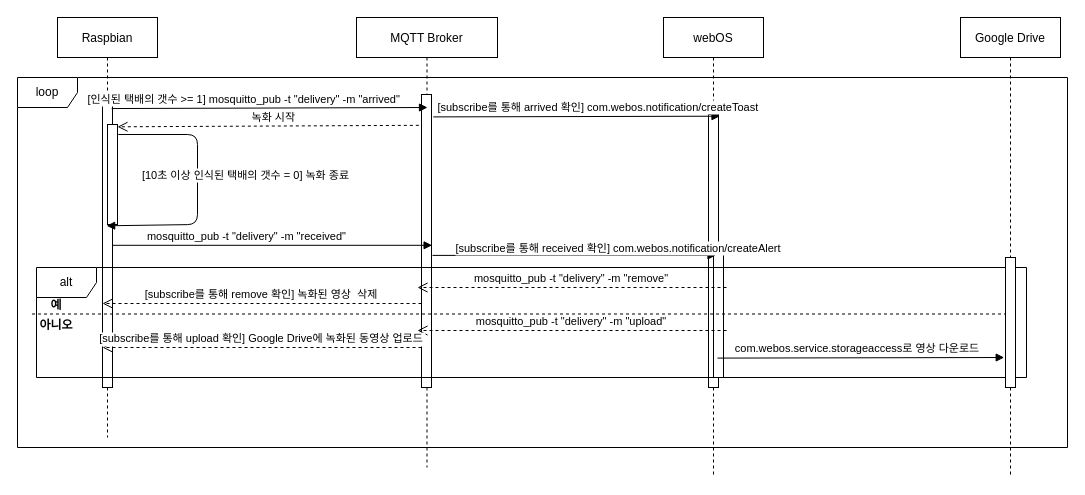
Above: Delivery.drawio in webOS-KOSS/main-Delivery (draw.io), before the change. Source tidied: cells renumbered, new cells numbered last; positions are measured from the earlier drawing's top-left corner, leaving out a move shared by most shapes. Both pictures are drawn from the tidied source at 100%, with x=0, y=0 at pixel (17, 17).
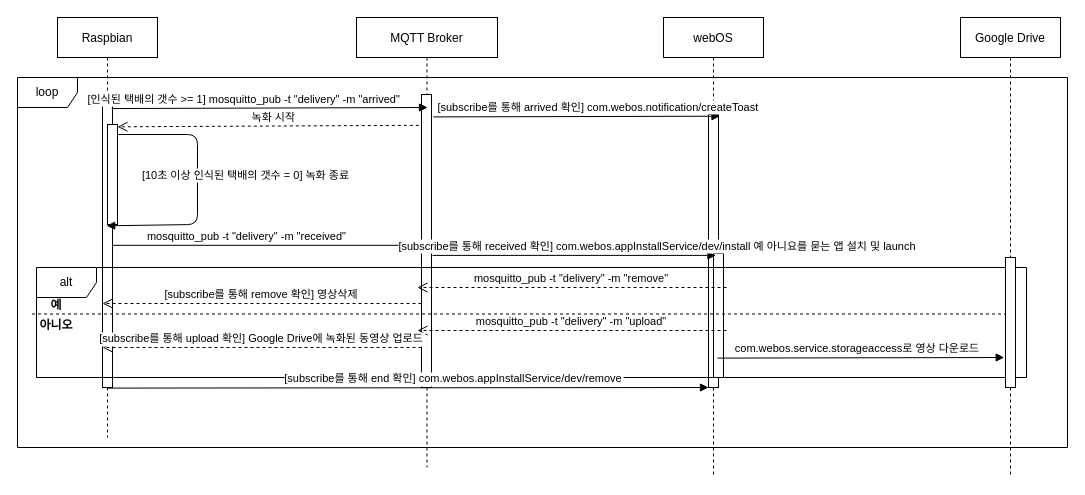
Above is the later version.

The change refers to these unchanged cells:
```xml
<mxCell id="4" style="points=[];perimeter=orthogonalPerimeter;rounded=0;shadow=0;strokeWidth=1;" parent="3" vertex="1">
  <mxGeometry x="45" y="97" width="10" height="273" as="geometry" />
</mxCell>
```

What changed in the source:
```diff
@@
-    <mxCell id="24" value="[subscribe를 통해 received 확인] com.webos.notification/createAlert" style="verticalAlign=bottom;endArrow=block;shadow=0;strokeWidth=1;entryX=0.15;entryY=0.017;entryDx=0;entryDy=0;entryPerimeter=0;" parent="1" edge="1">
-      <mxGeometry x="0.31" y="-2" relative="1" as="geometry">
+    <mxCell id="24" value="[subscribe를 통해 received 확인] com.webos.appInstallService/dev/install 예 아니요를 묻는 앱 설치 및 launch" style="verticalAlign=bottom;endArrow=block;shadow=0;strokeWidth=1;entryX=0.15;entryY=0.017;entryDx=0;entryDy=0;entryPerimeter=0;" parent="1" edge="1">
+      <mxGeometry x="0.59" relative="1" as="geometry">
         <mxPoint x="415" y="237.9" as="sourcePoint" />
         <mxPoint x="698.5" y="237.9" as="targetPoint" />
       </mxGeometry>
     </mxCell>
-    <mxCell id="25" value="[subscribe를 통해 remove 확인] 녹화된 영상  삭제" style="verticalAlign=bottom;endArrow=open;dashed=1;endSize=8;shadow=0;strokeWidth=1;" parent="1" edge="1">
+    <mxCell id="25" value="[subscribe를 통해 remove 확인] 영상삭제" style="verticalAlign=bottom;endArrow=open;dashed=1;endSize=8;shadow=0;strokeWidth=1;" parent="1" edge="1">
       <mxGeometry relative="1" as="geometry">
         <mxPoint x="404" y="286" as="sourcePoint" />
         <mxPoint x="85" y="286" as="targetPoint" />
       </mxGeometry>
     </mxCell>
@@
+    <mxCell id="28" value="[subscribe를 통해 end 확인] com.webos.appInstallService/dev/remove" style="verticalAlign=bottom;endArrow=block;shadow=0;strokeWidth=1;exitX=1.183;exitY=0.09;exitDx=0;exitDy=0;exitPerimeter=0;" parent="1" edge="1" target="4">
+      <mxGeometry x="0.15" relative="1" as="geometry">
+        <mxPoint x="90" y="370.6" as="sourcePoint" />
+      </mxGeometry>
+    </mxCell>
```
